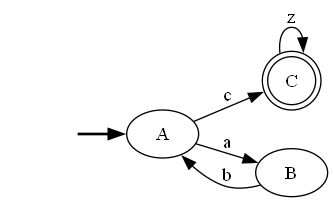
Before: salidas/DirectDFA.png, a diagram exported from Graphviz (Ruben-Garrido/MotorValidacionExpresiones). Its source is kept beside it as salidas/DirectDFA.gv.
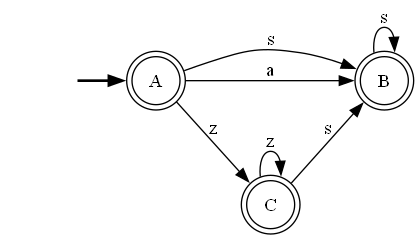
Above is the later version.

What changed in the source:
```diff
@@ -1,12 +1,14 @@
 digraph {
 	fake [style=invisible]
-	A [root=true]
+	B [shape=doublecircle]
 	C [shape=doublecircle]
-	B
+	A [root=true shape=doublecircle]
 	fake -> A [style=bold]
+	A -> C [label=z]
+	A -> B [label=s]
+	C -> B [label=s]
+	B -> B [label=s]
+	A -> B [label=a]
 	C -> C [label=z]
-	A -> C [label=c]
-	B -> A [label=b]
-	A -> B [label=a]
 	rankdir=LR
 }
```
